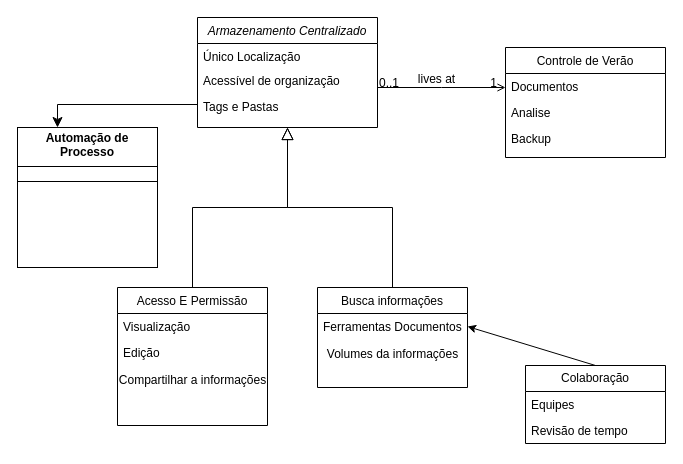
Before: Diagrama de classes.drawio in gman2004-spec/Draw.io, a draw.io diagram. Source tidied: cells renumbered, new cells numbered last; positions are measured from the earlier drawing's top-left corner, leaving out a move shared by most shapes. Both pictures are drawn from the tidied source at 100%, with x=0, y=0 at pixel (17, 17).
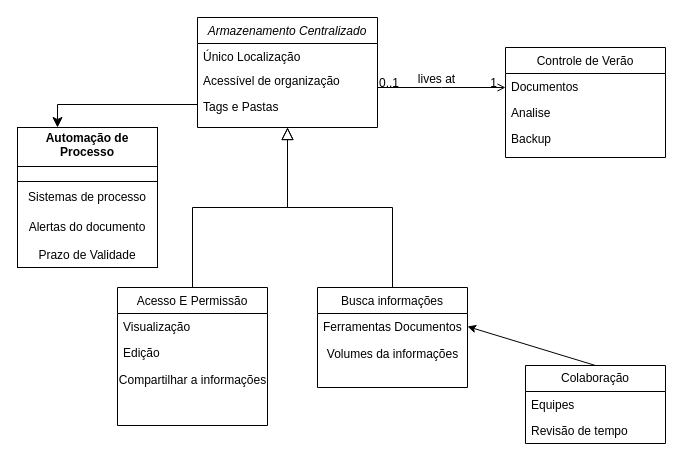
After the change.

Change to the diagram source:
```diff
@@
+    <mxCell id="29" value="Sistemas de processo" style="text;html=1;align=center;verticalAlign=middle;whiteSpace=wrap;rounded=0;" parent="1" vertex="1">
+      <mxGeometry y="165" width="140" height="30" as="geometry" />
+    </mxCell>
+    <mxCell id="30" value="Alertas do documento" style="text;html=1;align=center;verticalAlign=middle;whiteSpace=wrap;rounded=0;" parent="1" vertex="1">
+      <mxGeometry y="195" width="140" height="30" as="geometry" />
+    </mxCell>
+    <mxCell id="31" value="Prazo de Validade" style="text;html=1;align=center;verticalAlign=middle;whiteSpace=wrap;rounded=0;" parent="1" vertex="1">
+      <mxGeometry y="225" width="140" height="25" as="geometry" />
+    </mxCell>
```
